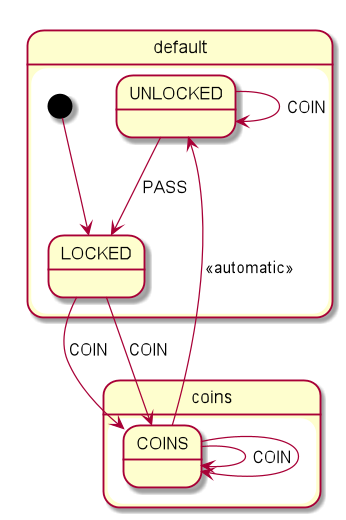
Before: paying_turnstile.png, a diagram exported from PlantUML (open-jumpco/kfsm-viz).
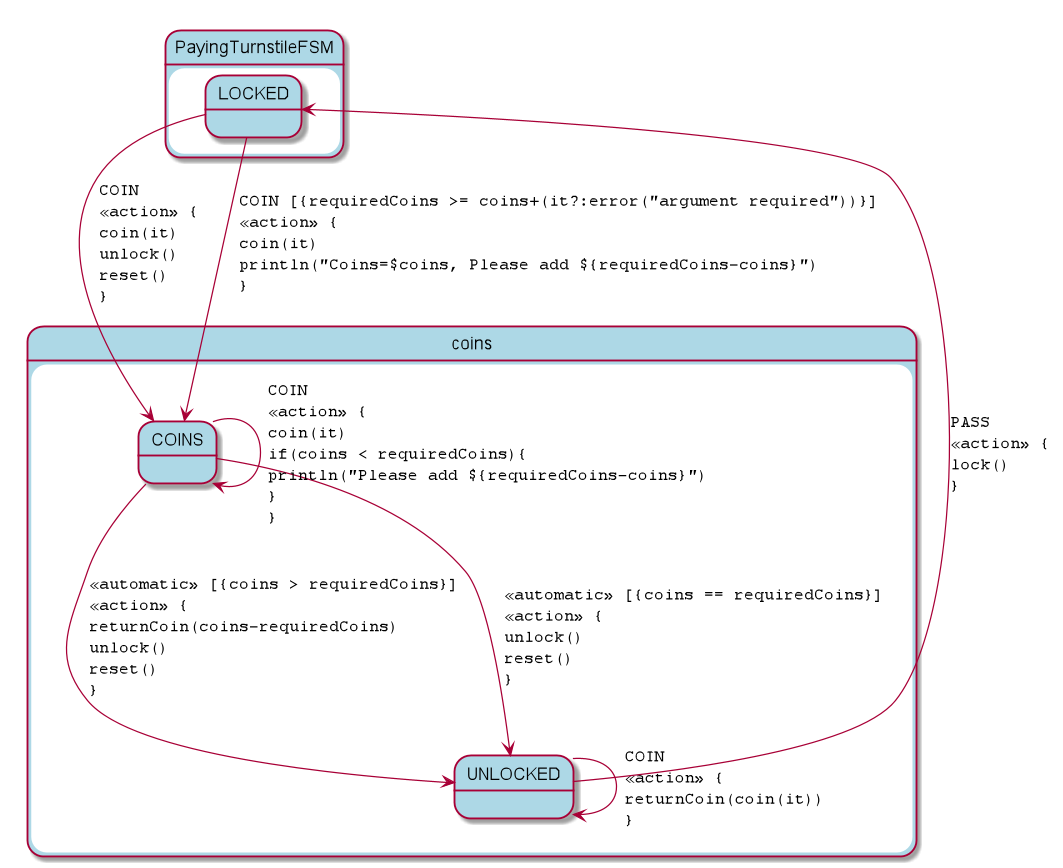
Above is the later version.

What changed in the source:
```diff
@@ -1,14 +1,18 @@
 @startuml
+skinparam StateFontName Helvetica
+skinparam defaultFontName Monospaced
+skinparam state {
+    BackgroundColor LightBlue
+}
 state coins {
-  COINS --> COINS : COIN
-  COINS --> COINS
+COINS --> UNLOCKED : <<automatic>> [{coins > requiredCoins}]\l<<action>> {\lreturnCoin(coins-requiredCoins)\lunlock()\lreset()\l}
+COINS --> UNLOCKED : <<automatic>> [{coins == requiredCoins}]\l<<action>> {\lunlock()\lreset()\l}
+COINS --> COINS : COIN\l<<action>> {\lcoin(it)\lif(coins < requiredCoins){\lprintln("Please add ${requiredCoins-coins}")\l}\l}
 }
-state default {
-  [*] --> LOCKED
-  LOCKED --> COINS : COIN
-  UNLOCKED --> UNLOCKED : COIN
-  UNLOCKED --> LOCKED : PASS
-  LOCKED --> COINS : COIN
-  COINS --> UNLOCKED : <<automatic>>
+state PayingTurnstileFSM {
+LOCKED --> COINS : COIN\l<<action>> {\lcoin(it)\lunlock()\lreset()\l}
+LOCKED --> COINS : COIN [{requiredCoins >= coins+(it?:error("argument required"))}]\l<<action>> {\lcoin(it)\lprintln("Coins=$coins, Please add ${requiredCoins-coins}")\l}
+UNLOCKED --> UNLOCKED : COIN\l<<action>> {\lreturnCoin(coin(it))\l}
+UNLOCKED --> LOCKED : PASS\l<<action>> {\llock()\l}
 }
 @enduml
```
